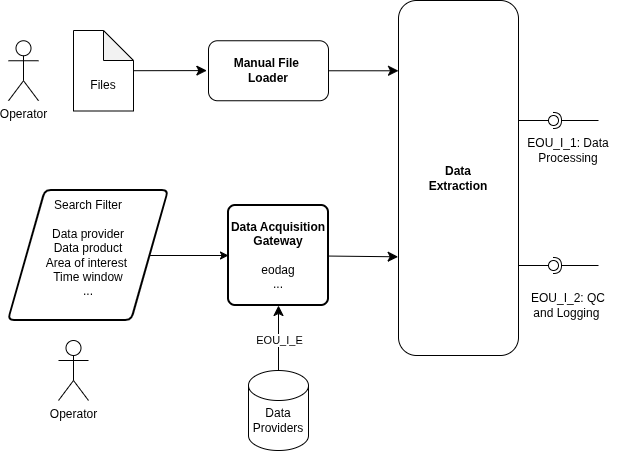
Above: images/eou_subsystem.png in GAIA-TSF/GAIA-TSF-System (draw.io), before the change. Source tidied: cells renumbered, new cells last; positions are measured from the earlier drawing's top-left corner, leaving out a move shared by most shapes.
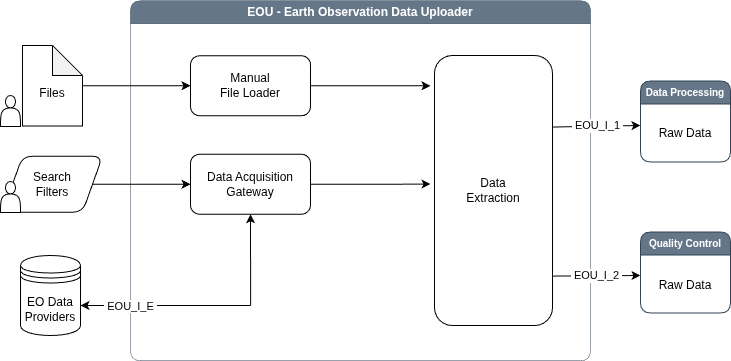
Later version of the same file.

What changed in the source:
```diff
@@ -2,96 +2,104 @@
   <root>
     <mxCell id="0" />
     <mxCell id="1" parent="0" />
-    <mxCell id="2" style="edgeStyle=orthogonalEdgeStyle;rounded=0;jettySize=auto;html=1;entryX=0;entryY=0.5;entryDx=0;entryDy=0;" parent="1" edge="1" source="3" target="4">
-      <mxGeometry relative="1" as="geometry" />
-    </mxCell>
-    <mxCell id="3" value="&lt;div&gt;Search Filter&lt;/div&gt;&lt;div&gt;&lt;br&gt;&lt;/div&gt;&lt;div&gt;Data provider&lt;/div&gt;&lt;div&gt;Data product&lt;/div&gt;&lt;div&gt;Area of interest&amp;nbsp;&lt;/div&gt;&lt;div&gt;Time window&lt;/div&gt;&lt;div&gt;...&lt;/div&gt;&lt;div&gt;&lt;br&gt;&lt;/div&gt;" style="shape=parallelogram;html=1;strokeWidth=2;perimeter=parallelogramPerimeter;whiteSpace=wrap;rounded=1;arcSize=12;size=0.23;" parent="1" vertex="1">
-      <mxGeometry y="190" width="160" height="130" as="geometry" />
-    </mxCell>
-    <mxCell id="4" value="&lt;b&gt;Data Acquisition Gateway&lt;/b&gt;&lt;div&gt;&lt;b&gt;&lt;br&gt;&lt;/b&gt;&lt;/div&gt;&lt;div&gt;eodag&lt;/div&gt;&lt;div&gt;...&lt;/div&gt;" style="rounded=1;whiteSpace=wrap;html=1;absoluteArcSize=1;arcSize=14;strokeWidth=2;" parent="1" vertex="1">
-      <mxGeometry x="220" y="205" width="100" height="100" as="geometry" />
-    </mxCell>
-    <mxCell id="5" value="Operator" style="shape=umlActor;verticalLabelPosition=bottom;verticalAlign=top;html=1;" parent="1" vertex="1">
-      <mxGeometry y="40.2" width="30" height="60" as="geometry" />
-    </mxCell>
-    <mxCell id="6" value="Operator" style="shape=umlActor;verticalLabelPosition=bottom;verticalAlign=top;html=1;" parent="1" vertex="1">
-      <mxGeometry x="50" y="340" width="30" height="60" as="geometry" />
-    </mxCell>
+    <mxCell id="29" value="EOU -&amp;nbsp;Earth Observation Data Uploader" style="swimlane;whiteSpace=wrap;html=1;rounded=1;strokeColor=#314354;fillColor=#647687;swimlaneFillColor=none;shadow=0;fixDash=0;strokeWidth=0.5;perimeterSpacing=0;fillStyle=auto;fontColor=#ffffff;" parent="1" vertex="1">
+      <mxGeometry x="86" y="-54.8" width="460" height="360" as="geometry" />
+    </mxCell>
+    <mxCell id="30" style="endArrow=classic;html=1;rounded=1;exitX=0.994;exitY=0.265;exitDx=0;exitDy=0;exitPerimeter=0;" parent="29" edge="1" source="11">
+      <mxGeometry relative="1" as="geometry">
+        <mxPoint x="510" y="124.8" as="targetPoint" />
+      </mxGeometry>
+    </mxCell>
+    <mxCell id="31" value="Label" style="edgeLabel;html=1;align=center;verticalAlign=middle;rounded=1;" parent="30" vertex="1">
+      <mxGeometry relative="1" as="geometry" />
+    </mxCell>
+    <mxCell id="32" value="&amp;nbsp;EOU_I_1&amp;nbsp;" style="edgeLabel;html=1;align=center;verticalAlign=middle;rounded=1;" parent="30" vertex="1">
+      <mxGeometry y="1" relative="1" as="geometry" />
+    </mxCell>
+    <mxCell id="33" style="edgeStyle=orthogonalEdgeStyle;rounded=1;jettySize=auto;html=1;exitX=1;exitY=0.5;exitDx=0;exitDy=0;" parent="29" edge="1" source="7">
+      <mxGeometry relative="1" as="geometry">
+        <mxPoint x="300" y="85" as="targetPoint" />
+      </mxGeometry>
+    </mxCell>
-    <mxCell id="7" value="&lt;b&gt;Manual File&amp;nbsp;&lt;/b&gt;&lt;div&gt;&lt;b&gt;Loader&lt;/b&gt;&lt;/div&gt;" style="rounded=1;whiteSpace=wrap;html=1;" parent="1" vertex="1">
-      <mxGeometry x="200" y="40.2" width="120" height="60" as="geometry" />
+    <mxCell id="7" value="Manual&lt;div&gt;File&amp;nbsp;&lt;span style=&quot;background-color: transparent; color: light-dark(rgb(0, 0, 0), rgb(255, 255, 255));&quot;&gt;Loader&lt;/span&gt;&lt;/div&gt;" style="rounded=1;whiteSpace=wrap;html=1;" parent="29" vertex="1">
+      <mxGeometry x="60" y="55" width="120" height="60" as="geometry" />
     </mxCell>
-    <mxCell id="8" style="edgeStyle=none;curved=1;rounded=0;jettySize=auto;html=1;fontSize=12;startSize=8;endSize=8;" parent="1" edge="1" source="9">
-      <mxGeometry relative="1" as="geometry">
-        <mxPoint x="198.3" y="70.1" as="targetPoint" />
-      </mxGeometry>
-    </mxCell>
-    <mxCell id="9" style="shape=note;whiteSpace=wrap;html=1;backgroundOutline=1;darkOpacity=0.05;" parent="1" vertex="1">
-      <mxGeometry x="65" y="30" width="60" height="80.5" as="geometry" />
-    </mxCell>
+    <mxCell id="34" style="edgeStyle=orthogonalEdgeStyle;rounded=1;jettySize=auto;html=1;entryX=0;entryY=0.5;entryDx=0;entryDy=0;" parent="29" edge="1" source="10" target="7">
+      <mxGeometry relative="1" as="geometry" />
+    </mxCell>
-    <mxCell id="10" value="Files" style="text;html=1;whiteSpace=wrap;strokeColor=none;fillColor=none;align=center;verticalAlign=middle;rounded=0;" parent="1" vertex="1">
-      <mxGeometry x="50" y="70.2" width="90" height="30" as="geometry" />
+    <mxCell id="10" value="&lt;div&gt;&lt;br&gt;&lt;/div&gt;Files" style="shape=note;whiteSpace=wrap;html=1;backgroundOutline=1;darkOpacity=0.05;rounded=1;" parent="29" vertex="1">
+      <mxGeometry x="-108" y="44.8" width="60" height="80.5" as="geometry" />
     </mxCell>
+    <mxCell id="35" style="edgeStyle=orthogonalEdgeStyle;rounded=1;jettySize=auto;html=1;exitX=1;exitY=0.5;exitDx=0;exitDy=0;entryX=0;entryY=0.5;entryDx=0;entryDy=0;" parent="29" edge="1" source="36" target="39">
+      <mxGeometry relative="1" as="geometry" />
+    </mxCell>
+    <mxCell id="36" value="Search&lt;div&gt;Filters&lt;/div&gt;" style="shape=parallelogram;perimeter=parallelogramPerimeter;whiteSpace=wrap;html=1;fixedSize=1;rounded=1;" parent="29" vertex="1">
+      <mxGeometry x="-128" y="155.5" width="100" height="56" as="geometry" />
+    </mxCell>
+    <mxCell id="37" style="edgeStyle=orthogonalEdgeStyle;rounded=1;jettySize=auto;html=1;exitX=0.5;exitY=1;exitDx=0;exitDy=0;startArrow=classic;startFill=1;endArrow=none;endFill=0;" parent="29" edge="1" source="39">
+      <mxGeometry relative="1" as="geometry">
+        <mxPoint x="120.1" y="304.8" as="targetPoint" />
+      </mxGeometry>
+    </mxCell>
+    <mxCell id="38" style="edgeStyle=orthogonalEdgeStyle;rounded=1;jettySize=auto;html=1;exitX=1;exitY=0.5;exitDx=0;exitDy=0;" parent="29" edge="1" source="39">
+      <mxGeometry relative="1" as="geometry">
+        <mxPoint x="300" y="183.3" as="targetPoint" />
+      </mxGeometry>
+    </mxCell>
+    <mxCell id="39" value="Data Acquisition&lt;div&gt;Gateway&lt;/div&gt;" style="rounded=1;whiteSpace=wrap;html=1;" parent="29" vertex="1">
+      <mxGeometry x="60" y="153.5" width="120" height="60" as="geometry" />
+    </mxCell>
+    <mxCell id="40" style="endArrow=none;html=1;rounded=1;startArrow=classic;startFill=1;endFill=0;" parent="29" edge="1">
+      <mxGeometry relative="1" as="geometry">
+        <mxPoint x="-50" y="304.8" as="sourcePoint" />
+        <mxPoint x="120" y="304.8" as="targetPoint" />
+      </mxGeometry>
+    </mxCell>
+    <mxCell id="15" value="&amp;nbsp;EOU_I_E&amp;nbsp;" style="edgeLabel;html=1;align=center;verticalAlign=middle;rounded=1;" parent="40" vertex="1">
+      <mxGeometry relative="1" as="geometry">
+        <mxPoint x="-35" as="offset" />
+      </mxGeometry>
+    </mxCell>
-    <mxCell id="11" value="&lt;b&gt;Data&lt;/b&gt;&lt;div&gt;&lt;b&gt;Extraction&lt;/b&gt;&lt;/div&gt;" style="rounded=1;whiteSpace=wrap;html=1;" parent="1" vertex="1">
-      <mxGeometry x="390" width="120" height="355" as="geometry" />
+    <mxCell id="11" value="Data&lt;div&gt;Extraction&lt;/div&gt;" style="rounded=1;whiteSpace=wrap;html=1;" parent="1" vertex="1">
+      <mxGeometry x="390" width="118" height="270" as="geometry" />
     </mxCell>
-    <mxCell id="12" style="edgeStyle=none;curved=1;rounded=0;jettySize=auto;html=1;entryX=0;entryY=0.198;entryDx=0;entryDy=0;entryPerimeter=0;fontSize=12;startSize=8;endSize=8;" parent="1" edge="1" source="7" target="11">
-      <mxGeometry relative="1" as="geometry" />
-    </mxCell>
-    <mxCell id="13" style="edgeStyle=none;curved=1;rounded=0;jettySize=auto;html=1;entryX=-0.003;entryY=0.722;entryDx=0;entryDy=0;entryPerimeter=0;fontSize=12;startSize=8;endSize=8;" parent="1" edge="1" source="4" target="11">
-      <mxGeometry relative="1" as="geometry" />
-    </mxCell>
-    <mxCell id="14" style="edgeStyle=none;curved=1;rounded=0;jettySize=auto;html=1;entryX=0.5;entryY=1;entryDx=0;entryDy=0;fontSize=12;startSize=8;endSize=8;" parent="1" edge="1" source="16" target="4">
-      <mxGeometry relative="1" as="geometry" />
-    </mxCell>
-    <mxCell id="15" value="EOU_I_E" style="edgeLabel;html=1;align=center;verticalAlign=middle;" parent="14" vertex="1">
-      <mxGeometry x="-0.05" relative="1" as="geometry" />
-    </mxCell>
-    <mxCell id="16" style="shape=cylinder3;whiteSpace=wrap;html=1;boundedLbl=1;backgroundOutline=1;size=15;" parent="1" vertex="1">
-      <mxGeometry x="240" y="370" width="60" height="80" as="geometry" />
-    </mxCell>
-    <mxCell id="17" value="Data&lt;div&gt;Providers&lt;/div&gt;" style="text;html=1;whiteSpace=wrap;strokeColor=none;fillColor=none;align=center;verticalAlign=middle;rounded=0;" parent="1" vertex="1">
-      <mxGeometry x="240" y="405" width="60" height="30" as="geometry" />
-    </mxCell>
-    <mxCell id="18" style="group;" parent="1" vertex="1">
-      <mxGeometry x="510" y="260" width="80" height="10" as="geometry" />
-    </mxCell>
-    <mxCell id="19" style="rounded=0;jettySize=auto;html=1;endArrow=halfCircle;endFill=0;endSize=6;strokeWidth=1;sketch=0;fontSize=12;curved=1;" parent="18" edge="1" target="21">
-      <mxGeometry relative="1" as="geometry">
-        <mxPoint x="80" y="5" as="sourcePoint" />
-      </mxGeometry>
-    </mxCell>
-    <mxCell id="20" style="rounded=0;jettySize=auto;html=1;endArrow=oval;endFill=0;sketch=0;sourcePerimeterSpacing=0;targetPerimeterSpacing=0;endSize=10;fontSize=12;curved=1;" parent="18" edge="1" target="21">
-      <mxGeometry relative="1" as="geometry">
-        <mxPoint y="5" as="sourcePoint" />
-      </mxGeometry>
-    </mxCell>
-    <mxCell id="21" style="ellipse;whiteSpace=wrap;html=1;align=center;fillColor=none;strokeColor=none;perimeter=centerPerimeter;points=[];outlineConnect=1;" parent="18" vertex="1">
-      <mxGeometry x="30" width="10" height="10" as="geometry" />
-    </mxCell>
-    <mxCell id="22" value="EOU_I_2: QC&lt;div&gt;and Logging&lt;span style=&quot;background-color: transparent; color: light-dark(rgb(0, 0, 0), rgb(255, 255, 255));&quot;&gt;&amp;nbsp;&lt;/span&gt;&lt;/div&gt;" style="text;html=1;whiteSpace=wrap;strokeColor=none;fillColor=none;align=center;verticalAlign=middle;rounded=0;" parent="1" vertex="1">
-      <mxGeometry x="520" y="290" width="80" height="30" as="geometry" />
-    </mxCell>
-    <mxCell id="23" style="group;" parent="1" vertex="1">
-      <mxGeometry x="510" y="115" width="120" height="50" as="geometry" />
-    </mxCell>
-    <mxCell id="24" style="group;" parent="23" vertex="1">
-      <mxGeometry width="80" height="10" as="geometry" />
-    </mxCell>
-    <mxCell id="25" style="rounded=0;jettySize=auto;html=1;endArrow=halfCircle;endFill=0;endSize=6;strokeWidth=1;sketch=0;fontSize=12;curved=1;" parent="24" edge="1" target="27">
-      <mxGeometry relative="1" as="geometry">
-        <mxPoint x="80" y="5" as="sourcePoint" />
-      </mxGeometry>
-    </mxCell>
-    <mxCell id="26" style="rounded=0;jettySize=auto;html=1;endArrow=oval;endFill=0;sketch=0;sourcePerimeterSpacing=0;targetPerimeterSpacing=0;endSize=10;fontSize=12;curved=1;" parent="24" edge="1" target="27">
-      <mxGeometry relative="1" as="geometry">
-        <mxPoint y="5" as="sourcePoint" />
-      </mxGeometry>
-    </mxCell>
-    <mxCell id="27" style="ellipse;whiteSpace=wrap;html=1;align=center;fillColor=none;strokeColor=none;perimeter=centerPerimeter;points=[];outlineConnect=1;" parent="24" vertex="1">
-      <mxGeometry x="30" width="10" height="10" as="geometry" />
-    </mxCell>
-    <mxCell id="28" value="EOU_I_1: Data&lt;div&gt;Processing&lt;/div&gt;" style="text;html=1;whiteSpace=wrap;strokeColor=none;fillColor=none;align=center;verticalAlign=middle;rounded=0;" parent="23" vertex="1">
-      <mxGeometry y="20" width="100" height="30" as="geometry" />
-    </mxCell>
+    <mxCell id="41" style="edgeStyle=orthogonalEdgeStyle;rounded=1;orthogonalLoop=1;jettySize=auto;html=1;exitX=0.5;exitY=1;exitDx=0;exitDy=0;" parent="1" edge="1" source="11" target="11">
+      <mxGeometry relative="1" as="geometry" />
+    </mxCell>
+    <mxCell id="42" style="ellipse;whiteSpace=wrap;html=1;align=center;fillColor=none;strokeColor=none;perimeter=centerPerimeter;rounded=1;" parent="1" vertex="1">
+      <mxGeometry x="616" y="129" width="10" height="10" as="geometry" />
+    </mxCell>
+    <mxCell id="43" style="endArrow=classic;html=1;rounded=1;exitX=0.999;exitY=0.817;exitDx=0;exitDy=0;exitPerimeter=0;" parent="1" edge="1" source="11">
+      <mxGeometry relative="1" as="geometry">
+        <mxPoint x="596" y="220" as="targetPoint" />
+      </mxGeometry>
+    </mxCell>
+    <mxCell id="44" value="Label" style="edgeLabel;html=1;align=center;verticalAlign=middle;rounded=1;" parent="43" vertex="1">
+      <mxGeometry relative="1" as="geometry" />
+    </mxCell>
+    <mxCell id="45" value="&amp;nbsp;EOU_I_2&amp;nbsp;" style="edgeLabel;html=1;align=center;verticalAlign=middle;rounded=1;" parent="43" vertex="1">
+      <mxGeometry y="1" relative="1" as="geometry" />
+    </mxCell>
+    <mxCell id="46" value="EO Data&lt;div&gt;Providers&lt;/div&gt;" style="shape=datastore;whiteSpace=wrap;html=1;rounded=1;" parent="1" vertex="1">
+      <mxGeometry x="-24" y="200" width="60" height="80" as="geometry" />
+    </mxCell>
+    <mxCell id="47" style="shape=actor;whiteSpace=wrap;html=1;rounded=1;" parent="1" vertex="1">
+      <mxGeometry x="-44" y="40" width="20" height="31" as="geometry" />
+    </mxCell>
+    <mxCell id="48" style="shape=actor;whiteSpace=wrap;html=1;rounded=1;" parent="1" vertex="1">
+      <mxGeometry x="-44" y="126" width="20" height="31" as="geometry" />
+    </mxCell>
+    <mxCell id="49" value="&lt;font style=&quot;font-size: 10px;&quot;&gt;Data Processing&lt;/font&gt;" style="swimlane;whiteSpace=wrap;html=1;rounded=1;fillColor=#647687;fontColor=#ffffff;strokeColor=#314354;" parent="1" vertex="1">
+      <mxGeometry x="596" y="25.5" width="90" height="81" as="geometry" />
+    </mxCell>
+    <mxCell id="50" value="Raw Data" style="text;html=1;whiteSpace=wrap;strokeColor=none;fillColor=none;align=center;verticalAlign=middle;rounded=0;" parent="49" vertex="1">
+      <mxGeometry x="15" y="37.8" width="60" height="30" as="geometry" />
+    </mxCell>
+    <mxCell id="51" value="&lt;font style=&quot;font-size: 10px;&quot;&gt;Quality Control&lt;/font&gt;" style="swimlane;whiteSpace=wrap;html=1;rounded=1;fillColor=#647687;fontColor=#ffffff;strokeColor=#314354;" parent="1" vertex="1">
+      <mxGeometry x="596" y="176.5" width="90" height="81" as="geometry" />
+    </mxCell>
+    <mxCell id="52" value="Raw Data" style="text;html=1;whiteSpace=wrap;strokeColor=none;fillColor=none;align=center;verticalAlign=middle;rounded=0;" parent="51" vertex="1">
+      <mxGeometry x="15" y="38.5" width="60" height="30" as="geometry" />
+    </mxCell>
   </root>
 </mxGraphModel>
```
